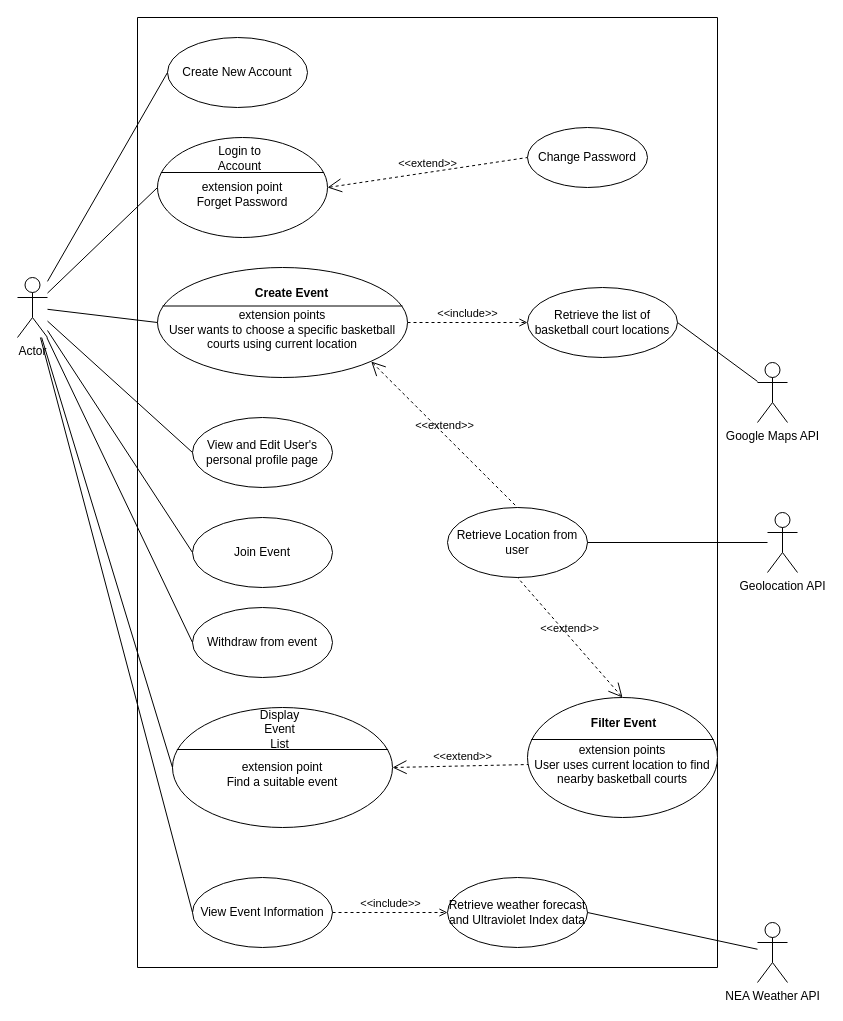
Above: Untitled Diagram.drawio in Tinkybala/basket (draw.io), before the change. Source tidied: cells renumbered, new cells numbered last; positions are measured from the earlier drawing's top-left corner, leaving out a move shared by most shapes. Both pictures are drawn from the tidied source at 100%, with x=0, y=0 at pixel (17, 17).
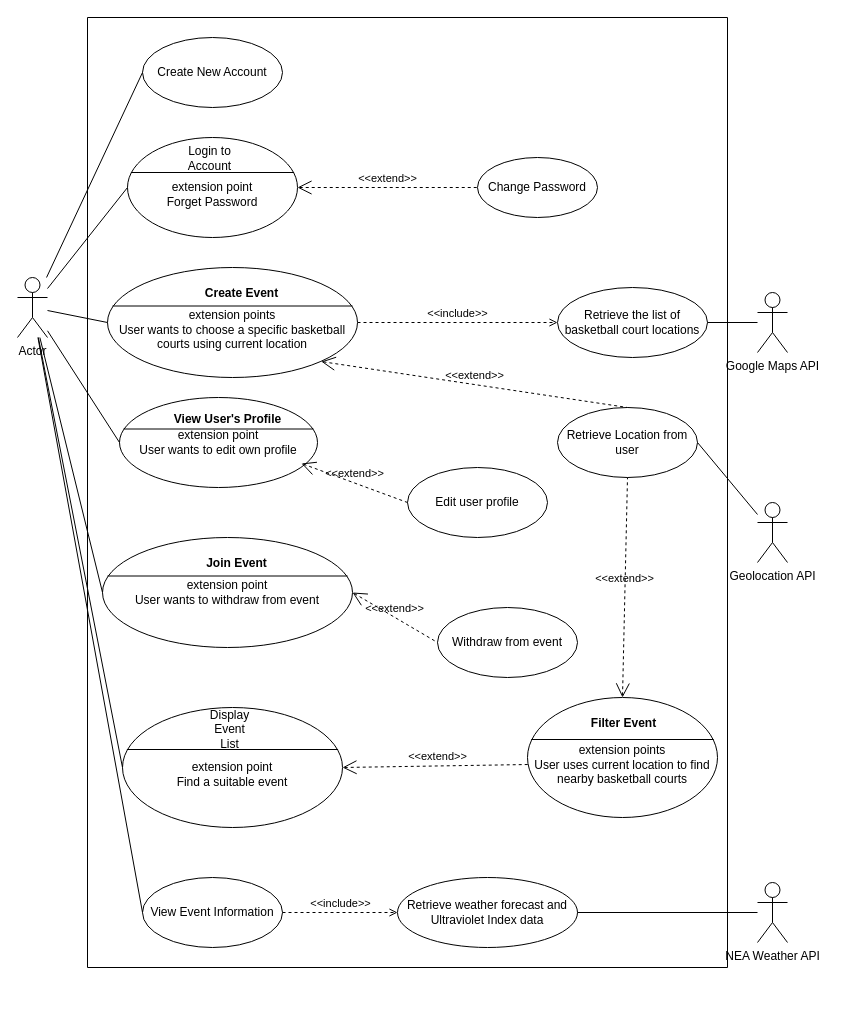
After the change.

Commit message:
Latest Version of Use Case Diagram

The change refers to these unchanged cells:
```xml
<mxCell id="2" value="Actor" style="shape=umlActor;verticalLabelPosition=bottom;verticalAlign=top;html=1;outlineConnect=0;" parent="1" vertex="1">
  <mxGeometry y="260" width="30" height="60" as="geometry" />
</mxCell>
```

Change to the diagram source:
```diff
@@
     <mxCell id="3" style="swimlane;startSize=0;" parent="1" vertex="1">
-      <mxGeometry x="120" width="580" height="950" as="geometry" />
+      <mxGeometry x="70" width="640" height="950" as="geometry" />
     </mxCell>
     <mxCell id="4" value="Create New Account" style="ellipse;whiteSpace=wrap;html=1;" parent="3" vertex="1">
-      <mxGeometry x="30" y="20" width="140" height="70" as="geometry" />
+      <mxGeometry x="55" y="20" width="140" height="70" as="geometry" />
     </mxCell>
-    <mxCell id="5" value="View and Edit User's personal profile page" style="ellipse;whiteSpace=wrap;html=1;" parent="3" vertex="1">
-      <mxGeometry x="55" y="400" width="140" height="70" as="geometry" />
-    </mxCell>
     <mxCell id="6" value="Withdraw from event" style="ellipse;whiteSpace=wrap;html=1;" parent="3" vertex="1">
-      <mxGeometry x="55" y="590" width="140" height="70" as="geometry" />
+      <mxGeometry x="350" y="590" width="140" height="70" as="geometry" />
     </mxCell>
     <mxCell id="7" value="&lt;br&gt;extension point&lt;br&gt;&lt;div&gt;Forget Password&lt;/div&gt;" style="html=1;shape=mxgraph.sysml.useCaseExtPt;whiteSpace=wrap;align=center;" parent="3" vertex="1">
-      <mxGeometry x="20" y="120" width="170" height="100" as="geometry" />
+      <mxGeometry x="40" y="120" width="170" height="100" as="geometry" />
     </mxCell>
@@
-    <mxCell id="9" value="Join Event" style="ellipse;whiteSpace=wrap;html=1;" parent="3" vertex="1">
-      <mxGeometry x="55" y="500" width="140" height="70" as="geometry" />
-    </mxCell>
     <mxCell id="10" value="&lt;span style=&quot;font-weight: normal;&quot;&gt;Change Password&lt;/span&gt;" style="shape=ellipse;html=1;strokeWidth=1;fontStyle=1;whiteSpace=wrap;align=center;perimeter=ellipsePerimeter;" parent="3" vertex="1">
-      <mxGeometry x="390" y="110" width="120" height="60" as="geometry" />
+      <mxGeometry x="390" y="140" width="120" height="60" as="geometry" />
     </mxCell>
@@
     <mxCell id="15" value="Retrieve Location from user" style="ellipse;whiteSpace=wrap;html=1;" parent="3" vertex="1">
-      <mxGeometry x="310" y="490" width="140" height="70" as="geometry" />
+      <mxGeometry x="470" y="390" width="140" height="70" as="geometry" />
     </mxCell>
     <mxCell id="16" value="Retrieve the list of basketball court locations" style="ellipse;whiteSpace=wrap;html=1;" parent="3" vertex="1">
-      <mxGeometry x="390" y="270" width="150" height="70" as="geometry" />
+      <mxGeometry x="470" y="270" width="150" height="70" as="geometry" />
     </mxCell>
     <mxCell id="17" value="Retrieve weather forecast and Ultraviolet Index data" style="ellipse;whiteSpace=wrap;html=1;" parent="3" vertex="1">
-      <mxGeometry x="310" y="860" width="140" height="70" as="geometry" />
+      <mxGeometry x="310" y="860" width="180" height="70" as="geometry" />
     </mxCell>
@@
     <mxCell id="21" value="&lt;br&gt;extension points&lt;br&gt;User uses current location to find nearby basketball courts" style="html=1;shape=mxgraph.sysml.useCaseExtPt;whiteSpace=wrap;align=center;" parent="3" vertex="1">
-      <mxGeometry x="390" y="680" width="190" height="120" as="geometry" />
+      <mxGeometry x="440" y="680" width="190" height="120" as="geometry" />
     </mxCell>
@@
+    <mxCell id="41" value="extension point&lt;div&gt;User wants to withdraw from event&lt;/div&gt;" style="html=1;shape=mxgraph.sysml.useCaseExtPt;whiteSpace=wrap;align=center;" parent="3" vertex="1">
+      <mxGeometry x="15" y="520" width="250" height="110" as="geometry" />
+    </mxCell>
+    <mxCell id="9" value="Join Event" style="html=1;verticalAlign=middle;align=center;labelBackgroundColor=none;fontStyle=1;" parent="41" vertex="1">
+      <mxGeometry x="125" y="23.4" as="geometry">
+        <mxPoint x="8" y="2" as="offset" />
+      </mxGeometry>
+    </mxCell>
+    <mxCell id="42" value="extension point&lt;div style=&quot;line-height: 120%;&quot;&gt;User wants to edit own profile&lt;/div&gt;" style="html=1;shape=mxgraph.sysml.useCaseExtPt;whiteSpace=wrap;align=center;" parent="3" vertex="1">
+      <mxGeometry x="32" y="380" width="198" height="90" as="geometry" />
+    </mxCell>
+    <mxCell id="43" value="View User's Profile" style="html=1;verticalAlign=middle;align=center;labelBackgroundColor=none;fontStyle=1;" parent="42" vertex="1">
+      <mxGeometry x="99" y="19.1" as="geometry">
+        <mxPoint x="8" y="2" as="offset" />
+      </mxGeometry>
+    </mxCell>
+    <mxCell id="44" value="Edit user profile" style="ellipse;whiteSpace=wrap;html=1;" parent="3" vertex="1">
+      <mxGeometry x="320" y="450" width="140" height="70" as="geometry" />
+    </mxCell>
+    <mxCell id="45" value="&amp;lt;&amp;lt;extend&amp;gt;&amp;gt;" style="edgeStyle=none;html=1;startArrow=open;endArrow=none;startSize=12;verticalAlign=bottom;dashed=1;labelBackgroundColor=none;rounded=0;entryX=0;entryY=0.5;entryDx=0;entryDy=0;exitX=0.919;exitY=0.733;exitDx=0;exitDy=0;exitPerimeter=0;" parent="3" edge="1" source="42" target="44">
+      <mxGeometry relative="1" as="geometry" />
+    </mxCell>
+    <mxCell id="46" value="&amp;lt;&amp;lt;extend&amp;gt;&amp;gt;" style="edgeStyle=none;html=1;startArrow=open;endArrow=none;startSize=12;verticalAlign=bottom;dashed=1;labelBackgroundColor=none;rounded=0;entryX=0;entryY=0.5;entryDx=0;entryDy=0;exitX=1;exitY=0.5;exitDx=0;exitDy=0;exitPerimeter=0;" parent="3" edge="1" source="41" target="6">
+      <mxGeometry relative="1" as="geometry" />
+    </mxCell>
@@
-    <mxCell id="30" style="edgeStyle=none;html=1;endArrow=none;verticalAlign=bottom;rounded=0;entryX=0;entryY=0.5;entryDx=0;entryDy=0;" parent="1" edge="1" source="2" target="5">
+    <mxCell id="30" style="edgeStyle=none;html=1;endArrow=none;verticalAlign=bottom;rounded=0;entryX=0;entryY=0.5;entryDx=0;entryDy=0;entryPerimeter=0;" parent="1" edge="1" source="2" target="42">
       <mxGeometry relative="1" as="geometry" />
     </mxCell>
-    <mxCell id="31" style="edgeStyle=none;html=1;endArrow=none;verticalAlign=bottom;rounded=0;entryX=0;entryY=0.5;entryDx=0;entryDy=0;" parent="1" edge="1" source="2" target="9">
+    <mxCell id="31" style="edgeStyle=none;html=1;endArrow=none;verticalAlign=bottom;rounded=0;entryX=0;entryY=0.5;entryDx=0;entryDy=0;entryPerimeter=0;" parent="1" edge="1" source="2" target="41">
       <mxGeometry relative="1" as="geometry" />
     </mxCell>
-    <mxCell id="32" style="edgeStyle=none;html=1;endArrow=none;verticalAlign=bottom;rounded=0;entryX=0;entryY=0.5;entryDx=0;entryDy=0;" parent="1" edge="1" source="2" target="6">
-      <mxGeometry relative="1" as="geometry" />
-    </mxCell>
@@
     <mxCell id="34" value="Geolocation API" style="shape=umlActor;verticalLabelPosition=bottom;verticalAlign=top;html=1;" parent="1" vertex="1">
-      <mxGeometry x="750" y="495" width="30" height="60" as="geometry" />
+      <mxGeometry x="740" y="485" width="30" height="60" as="geometry" />
     </mxCell>
@@
     <mxCell id="36" value="Google Maps API" style="shape=umlActor;html=1;verticalLabelPosition=bottom;verticalAlign=top;align=center;" parent="1" vertex="1">
-      <mxGeometry x="740" y="345" width="30" height="60" as="geometry" />
+      <mxGeometry x="740" y="275" width="30" height="60" as="geometry" />
     </mxCell>
     <mxCell id="37" value="NEA Weather API" style="shape=umlActor;html=1;verticalLabelPosition=bottom;verticalAlign=top;align=center;" parent="1" vertex="1">
-      <mxGeometry x="740" y="905" width="30" height="60" as="geometry" />
+      <mxGeometry x="740" y="865" width="30" height="60" as="geometry" />
     </mxCell>
```
